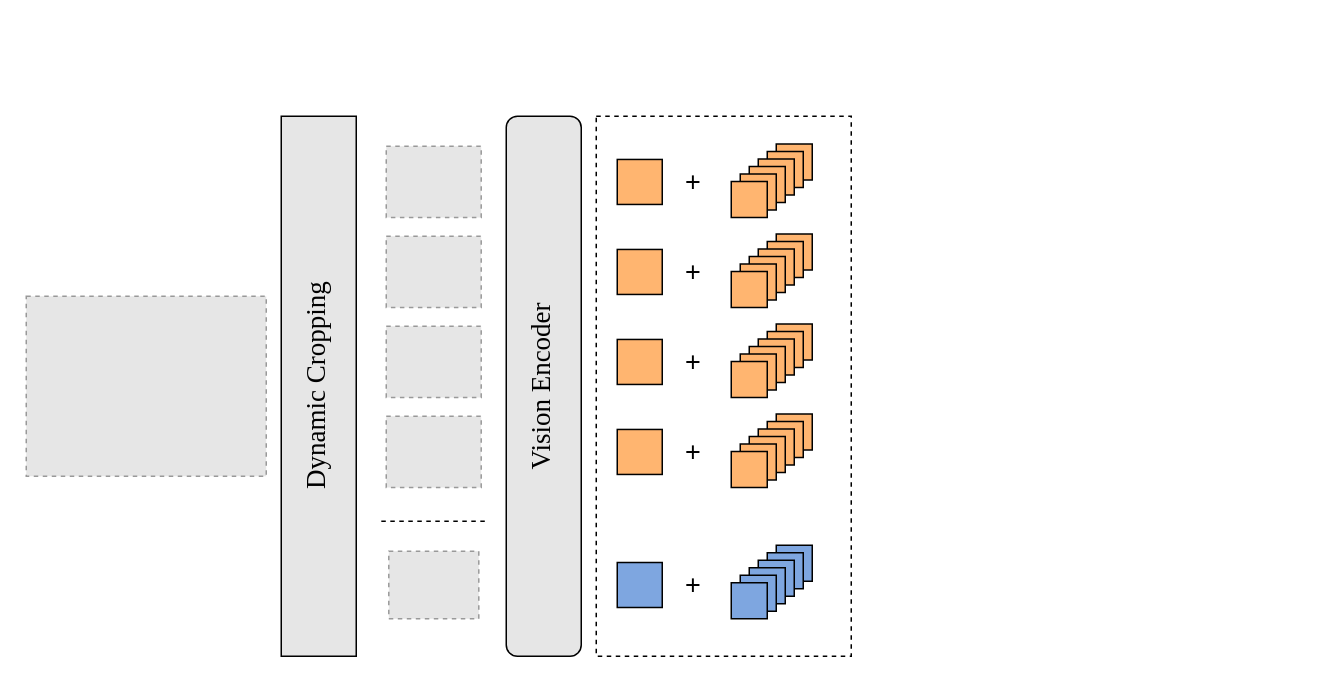
Earlier version of the draw.io diagram dyx论文.drawio (QianQian-L/test1). Source tidied: cells renumbered, new cells numbered last; positions are measured from the earlier drawing's top-left corner, leaving out a move shared by most shapes. Both pictures are drawn from the tidied source at 150%, with x=0, y=0 at pixel (26, 116). Pictures stored in the file or linked from it are replaced by grey dashed boxes.
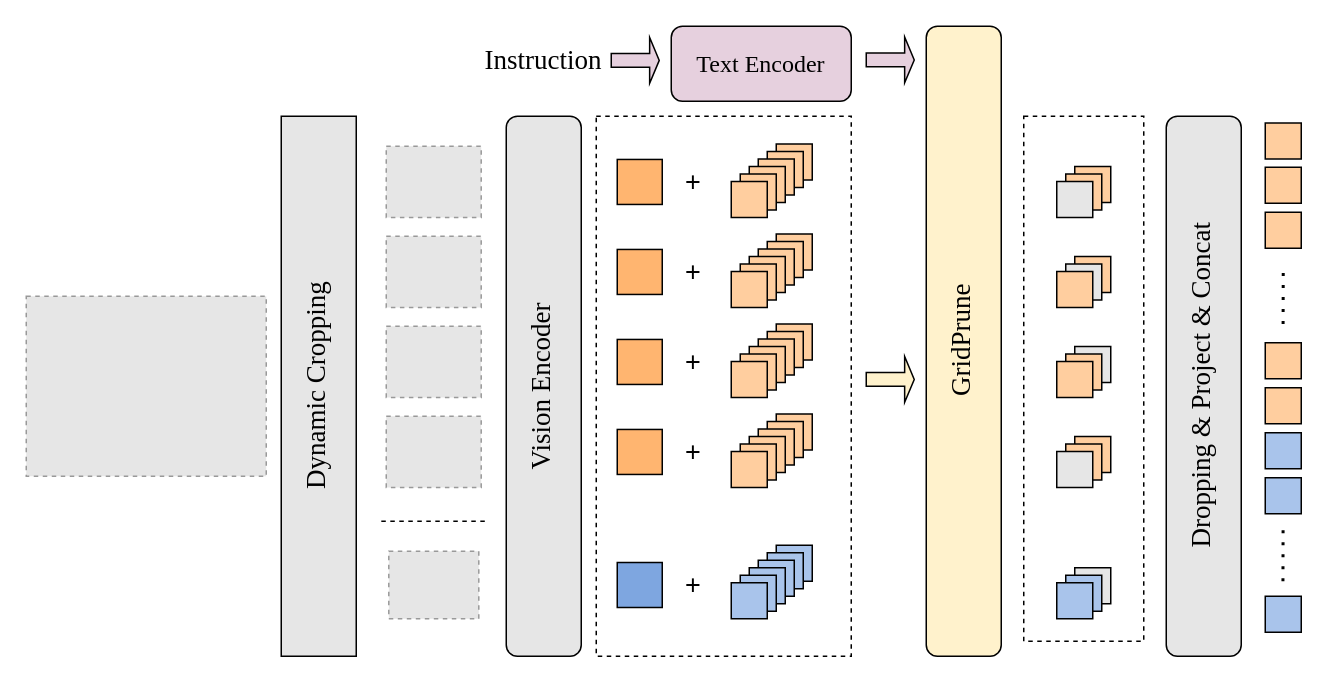
The same diagram, later.

Change to the diagram source:
```diff
@@
-    <mxCell id="22" style="rounded=0;whiteSpace=wrap;html=1;fillColor=#FFB570;" parent="1" vertex="1">
+    <mxCell id="22" style="rounded=0;whiteSpace=wrap;html=1;fillColor=#FFCE9F;" parent="1" vertex="1">
       <mxGeometry x="500" y="198.5" width="24" height="24" as="geometry" />
     </mxCell>
-    <mxCell id="23" style="rounded=0;whiteSpace=wrap;html=1;fillColor=#FFB570;" parent="1" vertex="1">
+    <mxCell id="23" style="rounded=0;whiteSpace=wrap;html=1;fillColor=#FFCE9F;" parent="1" vertex="1">
       <mxGeometry x="494" y="203.5" width="24" height="24" as="geometry" />
     </mxCell>
-    <mxCell id="24" style="rounded=0;whiteSpace=wrap;html=1;fillColor=#FFB570;" parent="1" vertex="1">
+    <mxCell id="24" style="rounded=0;whiteSpace=wrap;html=1;fillColor=#FFCE9F;" parent="1" vertex="1">
       <mxGeometry x="488" y="208.5" width="24" height="24" as="geometry" />
     </mxCell>
-    <mxCell id="25" style="rounded=0;whiteSpace=wrap;html=1;fillColor=#FFB570;" parent="1" vertex="1">
+    <mxCell id="25" style="rounded=0;whiteSpace=wrap;html=1;fillColor=#FFCE9F;" parent="1" vertex="1">
       <mxGeometry x="482" y="213.5" width="24" height="24" as="geometry" />
     </mxCell>
-    <mxCell id="26" style="rounded=0;whiteSpace=wrap;html=1;fillColor=#FFB570;" parent="1" vertex="1">
+    <mxCell id="26" style="rounded=0;whiteSpace=wrap;html=1;fillColor=#FFCE9F;" parent="1" vertex="1">
       <mxGeometry x="476" y="218.5" width="24" height="24" as="geometry" />
     </mxCell>
-    <mxCell id="27" style="rounded=0;whiteSpace=wrap;html=1;fillColor=#FFB570;" parent="1" vertex="1">
+    <mxCell id="27" style="rounded=0;whiteSpace=wrap;html=1;fillColor=#FFCE9F;" parent="1" vertex="1">
       <mxGeometry x="470" y="223.5" width="24" height="24" as="geometry" />
     </mxCell>
-    <mxCell id="28" style="rounded=0;whiteSpace=wrap;html=1;fillColor=#FFB570;" parent="1" vertex="1">
+    <mxCell id="28" style="rounded=0;whiteSpace=wrap;html=1;fillColor=#FFCE9F;" parent="1" vertex="1">
       <mxGeometry x="500" y="138.5" width="24" height="24" as="geometry" />
     </mxCell>
-    <mxCell id="29" style="rounded=0;whiteSpace=wrap;html=1;fillColor=#FFB570;" parent="1" vertex="1">
+    <mxCell id="29" style="rounded=0;whiteSpace=wrap;html=1;fillColor=#FFCE9F;" parent="1" vertex="1">
       <mxGeometry x="494" y="143.5" width="24" height="24" as="geometry" />
     </mxCell>
-    <mxCell id="30" style="rounded=0;whiteSpace=wrap;html=1;fillColor=#FFB570;" parent="1" vertex="1">
+    <mxCell id="30" style="rounded=0;whiteSpace=wrap;html=1;fillColor=#FFCE9F;" parent="1" vertex="1">
       <mxGeometry x="488" y="148.5" width="24" height="24" as="geometry" />
     </mxCell>
-    <mxCell id="31" style="rounded=0;whiteSpace=wrap;html=1;fillColor=#FFB570;" parent="1" vertex="1">
+    <mxCell id="31" style="rounded=0;whiteSpace=wrap;html=1;fillColor=#FFCE9F;" parent="1" vertex="1">
       <mxGeometry x="482" y="153.5" width="24" height="24" as="geometry" />
     </mxCell>
-    <mxCell id="32" style="rounded=0;whiteSpace=wrap;html=1;fillColor=#FFB570;" parent="1" vertex="1">
+    <mxCell id="32" style="rounded=0;whiteSpace=wrap;html=1;fillColor=#FFCE9F;" parent="1" vertex="1">
       <mxGeometry x="476" y="158.5" width="24" height="24" as="geometry" />
     </mxCell>
-    <mxCell id="33" style="rounded=0;whiteSpace=wrap;html=1;fillColor=#FFB570;" parent="1" vertex="1">
+    <mxCell id="33" style="rounded=0;whiteSpace=wrap;html=1;fillColor=#FFCE9F;" parent="1" vertex="1">
       <mxGeometry x="470" y="163.5" width="24" height="24" as="geometry" />
     </mxCell>
-    <mxCell id="34" style="rounded=0;whiteSpace=wrap;html=1;fillColor=#FFB570;" parent="1" vertex="1">
+    <mxCell id="34" style="rounded=0;whiteSpace=wrap;html=1;fillColor=#FFCE9F;" parent="1" vertex="1">
       <mxGeometry x="500" y="78.5" width="24" height="24" as="geometry" />
     </mxCell>
-    <mxCell id="35" style="rounded=0;whiteSpace=wrap;html=1;fillColor=#FFB570;" parent="1" vertex="1">
+    <mxCell id="35" style="rounded=0;whiteSpace=wrap;html=1;fillColor=#FFCE9F;" parent="1" vertex="1">
       <mxGeometry x="494" y="83.5" width="24" height="24" as="geometry" />
     </mxCell>
-    <mxCell id="36" style="rounded=0;whiteSpace=wrap;html=1;fillColor=#FFB570;" parent="1" vertex="1">
+    <mxCell id="36" style="rounded=0;whiteSpace=wrap;html=1;fillColor=#FFCE9F;" parent="1" vertex="1">
       <mxGeometry x="488" y="88.5" width="24" height="24" as="geometry" />
     </mxCell>
-    <mxCell id="37" style="rounded=0;whiteSpace=wrap;html=1;fillColor=#FFB570;" parent="1" vertex="1">
+    <mxCell id="37" style="rounded=0;whiteSpace=wrap;html=1;fillColor=#FFCE9F;" parent="1" vertex="1">
       <mxGeometry x="482" y="93.5" width="24" height="24" as="geometry" />
     </mxCell>
-    <mxCell id="38" style="rounded=0;whiteSpace=wrap;html=1;fillColor=#FFB570;" parent="1" vertex="1">
+    <mxCell id="38" style="rounded=0;whiteSpace=wrap;html=1;fillColor=#FFCE9F;" parent="1" vertex="1">
       <mxGeometry x="476" y="98.5" width="24" height="24" as="geometry" />
     </mxCell>
-    <mxCell id="39" style="rounded=0;whiteSpace=wrap;html=1;fillColor=#FFB570;" parent="1" vertex="1">
+    <mxCell id="39" style="rounded=0;whiteSpace=wrap;html=1;fillColor=#FFCE9F;" parent="1" vertex="1">
       <mxGeometry x="470" y="103.5" width="24" height="24" as="geometry" />
     </mxCell>
-    <mxCell id="40" style="rounded=0;whiteSpace=wrap;html=1;fillColor=#FFB570;" parent="1" vertex="1">
+    <mxCell id="40" style="rounded=0;whiteSpace=wrap;html=1;fillColor=#FFCE9F;" parent="1" vertex="1">
       <mxGeometry x="500" y="18.5" width="24" height="24" as="geometry" />
     </mxCell>
-    <mxCell id="41" style="rounded=0;whiteSpace=wrap;html=1;fillColor=#FFB570;" parent="1" vertex="1">
+    <mxCell id="41" style="rounded=0;whiteSpace=wrap;html=1;fillColor=#FFCE9F;" parent="1" vertex="1">
       <mxGeometry x="494" y="23.5" width="24" height="24" as="geometry" />
     </mxCell>
-    <mxCell id="42" style="rounded=0;whiteSpace=wrap;html=1;fillColor=#FFB570;" parent="1" vertex="1">
+    <mxCell id="42" style="rounded=0;whiteSpace=wrap;html=1;fillColor=#FFCE9F;" parent="1" vertex="1">
       <mxGeometry x="488" y="28.5" width="24" height="24" as="geometry" />
     </mxCell>
-    <mxCell id="43" style="rounded=0;whiteSpace=wrap;html=1;fillColor=#FFB570;" parent="1" vertex="1">
+    <mxCell id="43" style="rounded=0;whiteSpace=wrap;html=1;fillColor=#FFCE9F;" parent="1" vertex="1">
       <mxGeometry x="482" y="33.5" width="24" height="24" as="geometry" />
     </mxCell>
-    <mxCell id="44" style="rounded=0;whiteSpace=wrap;html=1;fillColor=#FFB570;" parent="1" vertex="1">
+    <mxCell id="44" style="rounded=0;whiteSpace=wrap;html=1;fillColor=#FFCE9F;" parent="1" vertex="1">
       <mxGeometry x="476" y="38.5" width="24" height="24" as="geometry" />
     </mxCell>
-    <mxCell id="45" style="rounded=0;whiteSpace=wrap;html=1;fillColor=#FFB570;" parent="1" vertex="1">
+    <mxCell id="45" style="rounded=0;whiteSpace=wrap;html=1;fillColor=#FFCE9F;" parent="1" vertex="1">
       <mxGeometry x="470" y="43.5" width="24" height="24" as="geometry" />
     </mxCell>
-    <mxCell id="46" style="rounded=0;whiteSpace=wrap;html=1;fillColor=#7EA6E0;" parent="1" vertex="1">
+    <mxCell id="46" style="rounded=0;whiteSpace=wrap;html=1;fillColor=#A9C4EB;" parent="1" vertex="1">
       <mxGeometry x="500" y="286" width="24" height="24" as="geometry" />
     </mxCell>
-    <mxCell id="47" style="rounded=0;whiteSpace=wrap;html=1;fillColor=#7EA6E0;" parent="1" vertex="1">
+    <mxCell id="47" style="rounded=0;whiteSpace=wrap;html=1;fillColor=#A9C4EB;" parent="1" vertex="1">
       <mxGeometry x="494" y="291" width="24" height="24" as="geometry" />
     </mxCell>
-    <mxCell id="48" style="rounded=0;whiteSpace=wrap;html=1;fillColor=#7EA6E0;" parent="1" vertex="1">
+    <mxCell id="48" style="rounded=0;whiteSpace=wrap;html=1;fillColor=#A9C4EB;" parent="1" vertex="1">
       <mxGeometry x="488" y="296" width="24" height="24" as="geometry" />
     </mxCell>
-    <mxCell id="49" style="rounded=0;whiteSpace=wrap;html=1;fillColor=#7EA6E0;" parent="1" vertex="1">
+    <mxCell id="49" style="rounded=0;whiteSpace=wrap;html=1;fillColor=#A9C4EB;" parent="1" vertex="1">
       <mxGeometry x="482" y="301" width="24" height="24" as="geometry" />
     </mxCell>
-    <mxCell id="50" style="rounded=0;whiteSpace=wrap;html=1;fillColor=#7EA6E0;" parent="1" vertex="1">
+    <mxCell id="50" style="rounded=0;whiteSpace=wrap;html=1;fillColor=#A9C4EB;" parent="1" vertex="1">
       <mxGeometry x="476" y="306" width="24" height="24" as="geometry" />
     </mxCell>
-    <mxCell id="51" style="rounded=0;whiteSpace=wrap;html=1;fillColor=#7EA6E0;" parent="1" vertex="1">
+    <mxCell id="51" style="rounded=0;whiteSpace=wrap;html=1;fillColor=#A9C4EB;" parent="1" vertex="1">
       <mxGeometry x="470" y="311" width="24" height="24" as="geometry" />
     </mxCell>
+    <mxCell id="52" value="&lt;font face=&quot;Times New Roman&quot;&gt;&lt;span style=&quot;font-size: 18px;&quot;&gt;GridPrune&lt;/span&gt;&lt;/font&gt;" style="rounded=1;whiteSpace=wrap;html=1;strokeColor=light-dark(#000000,#000000);fillColor=light-dark(#FFF2CC,#CCCCCC);textDirection=vertical-rl;rotation=-180;" parent="1" vertex="1">
+      <mxGeometry x="600" y="-60" width="50" height="420" as="geometry" />
+    </mxCell>
+    <mxCell id="53" style="shape=singleArrow;whiteSpace=wrap;html=1;fillColor=#FFF2CC;" parent="1" vertex="1">
+      <mxGeometry x="560" y="160.2" width="32" height="30.5" as="geometry" />
+    </mxCell>
+    <mxCell id="54" value="&lt;font style=&quot;font-size: 18px;&quot; face=&quot;Times New Roman&quot;&gt;Instruction&lt;/font&gt;" style="text;html=1;whiteSpace=wrap;strokeColor=none;fillColor=none;align=center;verticalAlign=middle;rounded=0;" parent="1" vertex="1">
+      <mxGeometry x="315" y="-52.5" width="60" height="30" as="geometry" />
+    </mxCell>
+    <mxCell id="55" value="&lt;font style=&quot;font-size: 16px;&quot; face=&quot;Times New Roman&quot;&gt;Text Encoder&lt;/font&gt;" style="rounded=1;whiteSpace=wrap;html=1;fillColor=#E6D0DE;align=center;" parent="1" vertex="1">
+      <mxGeometry x="430" y="-60" width="120" height="50" as="geometry" />
+    </mxCell>
+    <mxCell id="56" style="shape=singleArrow;whiteSpace=wrap;html=1;fillColor=#E6D0DE;" parent="1" vertex="1">
+      <mxGeometry x="390" y="-52.5" width="32" height="30.5" as="geometry" />
+    </mxCell>
+    <mxCell id="57" style="shape=singleArrow;whiteSpace=wrap;html=1;fillColor=#E6D0DE;" parent="1" vertex="1">
+      <mxGeometry x="560" y="-52.8" width="32" height="30.5" as="geometry" />
+    </mxCell>
+    <mxCell id="58" style="rounded=0;whiteSpace=wrap;html=1;dashed=1;" parent="1" vertex="1">
+      <mxGeometry x="665" width="80" height="350" as="geometry" />
+    </mxCell>
+    <mxCell id="59" style="rounded=0;whiteSpace=wrap;html=1;fillColor=#FFCE9F;" parent="1" vertex="1">
+      <mxGeometry x="699" y="33.5" width="24" height="24" as="geometry" />
+    </mxCell>
+    <mxCell id="60" style="rounded=0;whiteSpace=wrap;html=1;fillColor=#FFCE9F;" parent="1" vertex="1">
+      <mxGeometry x="693" y="38.5" width="24" height="24" as="geometry" />
+    </mxCell>
+    <mxCell id="61" style="rounded=0;whiteSpace=wrap;html=1;fillColor=#E6E6E6;" parent="1" vertex="1">
+      <mxGeometry x="687" y="43.5" width="24" height="24" as="geometry" />
+    </mxCell>
+    <mxCell id="62" style="rounded=0;whiteSpace=wrap;html=1;fillColor=#FFCE9F;" parent="1" vertex="1">
+      <mxGeometry x="699" y="93.5" width="24" height="24" as="geometry" />
+    </mxCell>
+    <mxCell id="63" style="rounded=0;whiteSpace=wrap;html=1;fillColor=#E6E6E6;" parent="1" vertex="1">
+      <mxGeometry x="693" y="98.5" width="24" height="24" as="geometry" />
+    </mxCell>
+    <mxCell id="64" style="rounded=0;whiteSpace=wrap;html=1;fillColor=#FFCE9F;" parent="1" vertex="1">
+      <mxGeometry x="687" y="103.5" width="24" height="24" as="geometry" />
+    </mxCell>
+    <mxCell id="65" style="rounded=0;whiteSpace=wrap;html=1;fillColor=#E6E6E6;" parent="1" vertex="1">
+      <mxGeometry x="699" y="153.5" width="24" height="24" as="geometry" />
+    </mxCell>
+    <mxCell id="66" style="rounded=0;whiteSpace=wrap;html=1;fillColor=#FFCE9F;" parent="1" vertex="1">
+      <mxGeometry x="693" y="158.5" width="24" height="24" as="geometry" />
+    </mxCell>
+    <mxCell id="67" style="rounded=0;whiteSpace=wrap;html=1;fillColor=#FFCE9F;" parent="1" vertex="1">
+      <mxGeometry x="687" y="163.5" width="24" height="24" as="geometry" />
+    </mxCell>
+    <mxCell id="68" style="rounded=0;whiteSpace=wrap;html=1;fillColor=#FFCE9F;" parent="1" vertex="1">
+      <mxGeometry x="699" y="213.5" width="24" height="24" as="geometry" />
+    </mxCell>
+    <mxCell id="69" style="rounded=0;whiteSpace=wrap;html=1;fillColor=#FFCE9F;" parent="1" vertex="1">
+      <mxGeometry x="693" y="218.5" width="24" height="24" as="geometry" />
+    </mxCell>
+    <mxCell id="70" style="rounded=0;whiteSpace=wrap;html=1;fillColor=#E6E6E6;" parent="1" vertex="1">
+      <mxGeometry x="687" y="223.5" width="24" height="24" as="geometry" />
+    </mxCell>
+    <mxCell id="71" style="rounded=0;whiteSpace=wrap;html=1;fillColor=#E6E6E6;" parent="1" vertex="1">
+      <mxGeometry x="699" y="301" width="24" height="24" as="geometry" />
+    </mxCell>
+    <mxCell id="72" style="rounded=0;whiteSpace=wrap;html=1;fillColor=#A9C4EB;" parent="1" vertex="1">
+      <mxGeometry x="693" y="306" width="24" height="24" as="geometry" />
+    </mxCell>
+    <mxCell id="73" style="rounded=0;whiteSpace=wrap;html=1;fillColor=#A9C4EB;" parent="1" vertex="1">
+      <mxGeometry x="687" y="311" width="24" height="24" as="geometry" />
+    </mxCell>
+    <mxCell id="74" value="&lt;font style=&quot;font-size: 18px;&quot; face=&quot;Times New Roman&quot;&gt;Dropping &amp;amp; Project &amp;amp; Concat&lt;/font&gt;" style="rounded=1;whiteSpace=wrap;html=1;strokeColor=light-dark(#000000,#000000);fillColor=light-dark(#E6E6E6,#CCCCCC);textDirection=vertical-rl;rotation=-180;" parent="1" vertex="1">
+      <mxGeometry x="760" width="50" height="360" as="geometry" />
+    </mxCell>
+    <mxCell id="75" style="rounded=0;whiteSpace=wrap;html=1;fillColor=#FFCE9F;" parent="1" vertex="1">
+      <mxGeometry x="826" y="4.5" width="24" height="24" as="geometry" />
+    </mxCell>
+    <mxCell id="76" style="rounded=0;whiteSpace=wrap;html=1;fillColor=#FFCE9F;" parent="1" vertex="1">
+      <mxGeometry x="826" y="34" width="24" height="24" as="geometry" />
+    </mxCell>
+    <mxCell id="77" style="rounded=0;whiteSpace=wrap;html=1;fillColor=#FFCE9F;" parent="1" vertex="1">
+      <mxGeometry x="826" y="64" width="24" height="24" as="geometry" />
+    </mxCell>
+    <mxCell id="78" style="rounded=0;whiteSpace=wrap;html=1;fillColor=#FFCE9F;" parent="1" vertex="1">
+      <mxGeometry x="826" y="151" width="24" height="24" as="geometry" />
+    </mxCell>
+    <mxCell id="79" style="rounded=0;whiteSpace=wrap;html=1;fillColor=#FFCE9F;" parent="1" vertex="1">
+      <mxGeometry x="826" y="181" width="24" height="24" as="geometry" />
+    </mxCell>
+    <mxCell id="80" style="endArrow=none;dashed=1;html=1;dashPattern=1 3;strokeWidth=2;rounded=0;" parent="1" edge="1">
+      <mxGeometry relative="1" as="geometry">
+        <mxPoint x="837.9" y="138.5" as="sourcePoint" />
+        <mxPoint x="838" y="100" as="targetPoint" />
+      </mxGeometry>
+    </mxCell>
+    <mxCell id="81" style="rounded=0;whiteSpace=wrap;html=1;fillColor=#A9C4EB;" parent="1" vertex="1">
+      <mxGeometry x="826" y="211" width="24" height="24" as="geometry" />
+    </mxCell>
+    <mxCell id="82" style="rounded=0;whiteSpace=wrap;html=1;fillColor=#A9C4EB;" parent="1" vertex="1">
+      <mxGeometry x="826" y="241" width="24" height="24" as="geometry" />
+    </mxCell>
+    <mxCell id="83" style="endArrow=none;dashed=1;html=1;dashPattern=1 3;strokeWidth=2;rounded=0;" parent="1" edge="1">
+      <mxGeometry relative="1" as="geometry">
+        <mxPoint x="837.8" y="310" as="sourcePoint" />
+        <mxPoint x="837.9" y="271.5" as="targetPoint" />
+      </mxGeometry>
+    </mxCell>
+    <mxCell id="84" style="rounded=0;whiteSpace=wrap;html=1;fillColor=#A9C4EB;" parent="1" vertex="1">
+      <mxGeometry x="826" y="320" width="24" height="24" as="geometry" />
+    </mxCell>
```
